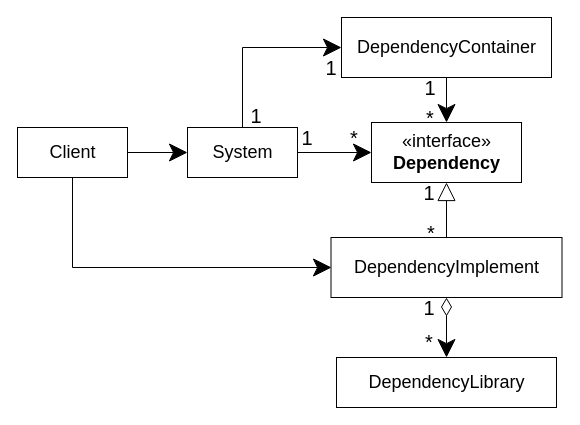
The draw.io diagram packages/依赖隔离模式/role_abstract/UML.drawio in yyc-git/3DProgramPattern, before the edit. Source tidied: cells renumbered, new cells numbered last; positions are measured from the earlier drawing's top-left corner, leaving out a move shared by most shapes. Both pictures are drawn from the tidied source at 100%, with x=0, y=0 at pixel (17, 17).
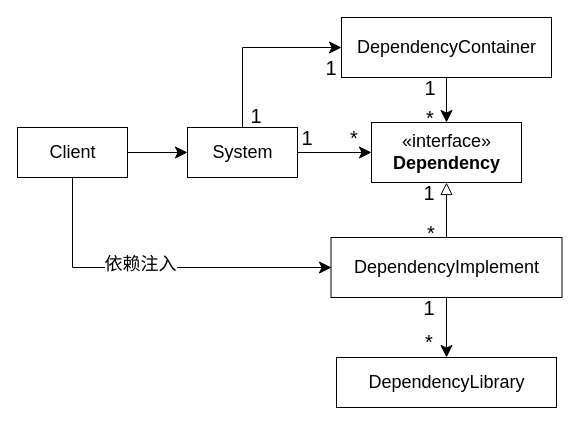
After the change.

The change refers to these unchanged cells:
```xml
<mxCell id="4" value="System" style="html=1;fontSize=18;" parent="1" vertex="1">
  <mxGeometry x="170" y="110" width="110" height="50" as="geometry" />
</mxCell>
<mxCell id="7" value="DependencyImplement" style="html=1;fontSize=18;" parent="1" vertex="1">
  <mxGeometry x="313.5" y="220" width="231" height="60" as="geometry" />
</mxCell>
<mxCell id="8" value="&lt;font style=&quot;font-size: 18px&quot;&gt;«interface»&lt;br&gt;&lt;b&gt;Dependency&lt;/b&gt;&lt;/font&gt;" style="html=1;" parent="1" vertex="1">
  <mxGeometry x="354" y="105" width="150" height="60" as="geometry" />
</mxCell>
<mxCell id="9" value="DependencyLibrary" style="html=1;fontSize=18;" parent="1" vertex="1">
  <mxGeometry x="319" y="340" width="220" height="50" as="geometry" />
</mxCell>
<mxCell id="12" value="Client" style="html=1;fontSize=18;" parent="1" vertex="1">
  <mxGeometry y="110" width="110" height="50" as="geometry" />
</mxCell>
<mxCell id="14" value="DependencyContainer" style="html=1;fontSize=18;" parent="1" vertex="1">
  <mxGeometry x="324" width="210" height="60" as="geometry" />
</mxCell>
```

The edit, as a diff of the source:
```diff
@@
-    <mxCell id="2" style="edgeStyle=orthogonalEdgeStyle;rounded=0;jettySize=auto;html=1;entryX=0;entryY=0.5;entryDx=0;entryDy=0;endSize=16;startSize=16;" parent="1" edge="1" source="4" target="8">
+    <mxCell id="2" style="edgeStyle=orthogonalEdgeStyle;rounded=0;jettySize=auto;html=1;entryX=0;entryY=0.5;entryDx=0;entryDy=0;endSize=10;startSize=10;" parent="1" edge="1" source="4" target="8">
       <mxGeometry relative="1" as="geometry" />
     </mxCell>
-    <mxCell id="3" style="edgeStyle=orthogonalEdgeStyle;rounded=0;jettySize=auto;html=1;entryX=0;entryY=0.5;entryDx=0;entryDy=0;exitX=0.5;exitY=0;exitDx=0;exitDy=0;endSize=16;startSize=16;" parent="1" edge="1" source="4" target="14">
+    <mxCell id="3" style="edgeStyle=orthogonalEdgeStyle;rounded=0;jettySize=auto;html=1;entryX=0;entryY=0.5;entryDx=0;entryDy=0;exitX=0.5;exitY=0;exitDx=0;exitDy=0;endSize=10;startSize=10;" parent="1" edge="1" source="4" target="14">
       <mxGeometry relative="1" as="geometry" />
     </mxCell>
@@
-    <mxCell id="5" style="edgeStyle=orthogonalEdgeStyle;rounded=0;jettySize=auto;html=1;entryX=0.5;entryY=1;entryDx=0;entryDy=0;endArrow=block;endFill=0;endSize=16;startSize=16;" parent="1" edge="1" source="7" target="8">
+    <mxCell id="5" style="edgeStyle=orthogonalEdgeStyle;rounded=0;jettySize=auto;html=1;entryX=0.5;entryY=1;entryDx=0;entryDy=0;endArrow=block;endFill=0;endSize=10;startSize=10;" parent="1" edge="1" source="7" target="8">
       <mxGeometry relative="1" as="geometry" />
     </mxCell>
-    <mxCell id="6" style="edgeStyle=orthogonalEdgeStyle;rounded=0;jettySize=auto;html=1;startArrow=diamondThin;startFill=0;endSize=16;startSize=16;" parent="1" edge="1" source="7" target="9">
+    <mxCell id="6" style="edgeStyle=orthogonalEdgeStyle;rounded=0;jettySize=auto;html=1;startArrow=none;startFill=0;endSize=10;startSize=10;" parent="1" edge="1" source="7" target="9">
       <mxGeometry relative="1" as="geometry" />
     </mxCell>
@@
-    <mxCell id="10" style="edgeStyle=orthogonalEdgeStyle;rounded=0;jettySize=auto;html=1;entryX=0;entryY=0.5;entryDx=0;entryDy=0;endSize=16;startSize=16;" parent="1" edge="1" source="12" target="4">
+    <mxCell id="10" style="edgeStyle=orthogonalEdgeStyle;rounded=0;jettySize=auto;html=1;entryX=0;entryY=0.5;entryDx=0;entryDy=0;endSize=10;startSize=10;" parent="1" edge="1" source="12" target="4">
       <mxGeometry relative="1" as="geometry" />
     </mxCell>
-    <mxCell id="11" style="edgeStyle=orthogonalEdgeStyle;rounded=0;jettySize=auto;html=1;endSize=16;startSize=16;" parent="1" edge="1" source="12">
+    <mxCell id="11" style="edgeStyle=orthogonalEdgeStyle;rounded=0;jettySize=auto;html=1;endSize=10;startSize=10;" parent="1" edge="1" source="12">
       <mxGeometry relative="1" as="geometry">
         <mxPoint x="314" y="250" as="targetPoint" />
         <Array as="points">
           <mxPoint x="55" y="250" />
         </Array>
       </mxGeometry>
     </mxCell>
+    <mxCell id="25" value="&lt;span style=&quot;font-size: 18px&quot;&gt;依赖注入&lt;/span&gt;" style="edgeLabel;html=1;align=center;verticalAlign=middle;" parent="11" vertex="1">
+      <mxGeometry x="-0.1" y="4" relative="1" as="geometry" />
+    </mxCell>
@@
-    <mxCell id="13" style="edgeStyle=orthogonalEdgeStyle;rounded=0;jettySize=auto;html=1;endSize=16;startSize=16;" parent="1" edge="1" source="14" target="8">
+    <mxCell id="13" style="edgeStyle=orthogonalEdgeStyle;rounded=0;jettySize=auto;html=1;endSize=10;startSize=10;" parent="1" edge="1" source="14" target="8">
       <mxGeometry relative="1" as="geometry" />
     </mxCell>
```
